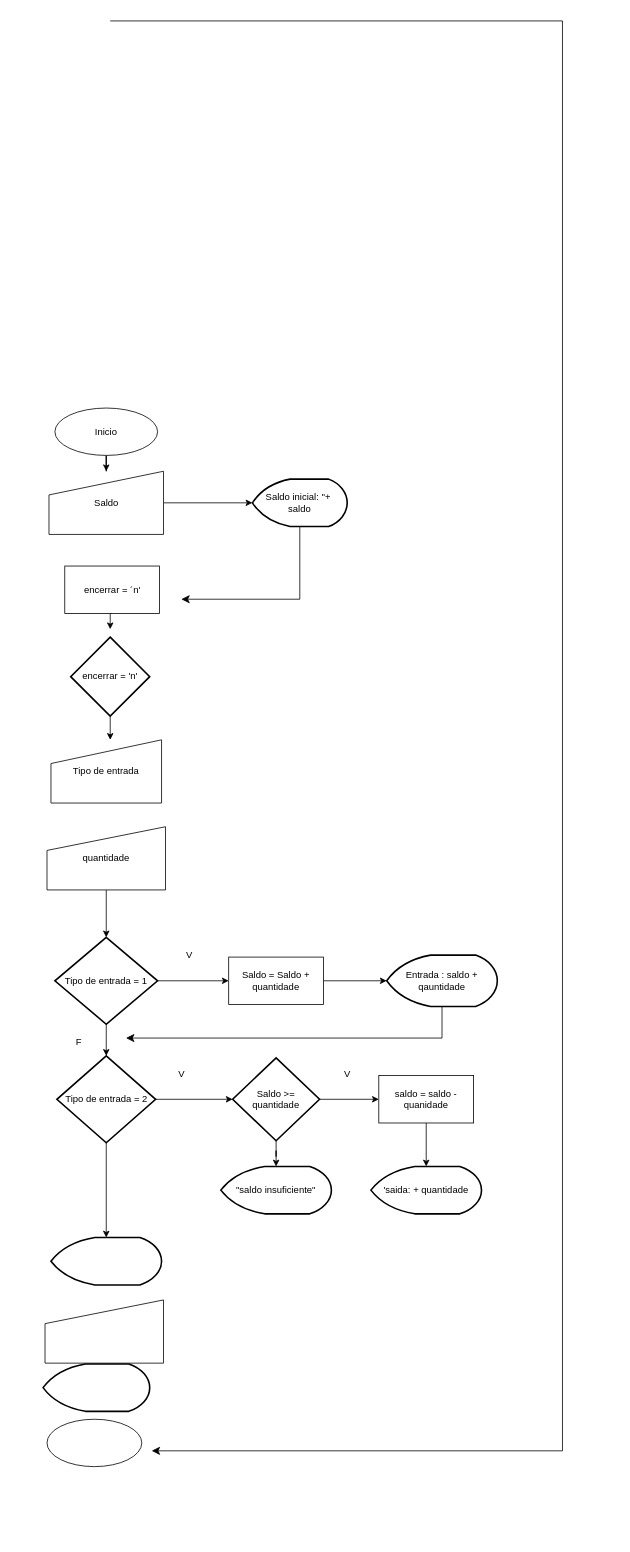
This is tarefa1.drawio from Antonietaflor/Senai-versao-colabora-ao, a draw.io file, before an edit. Source tidied: cells renumbered, new cells numbered last; positions are measured from the earlier drawing's top-left corner, leaving out a move shared by most shapes. Both pictures are drawn from the tidied source at 79%, with x=0, y=0 at pixel (43, 21).
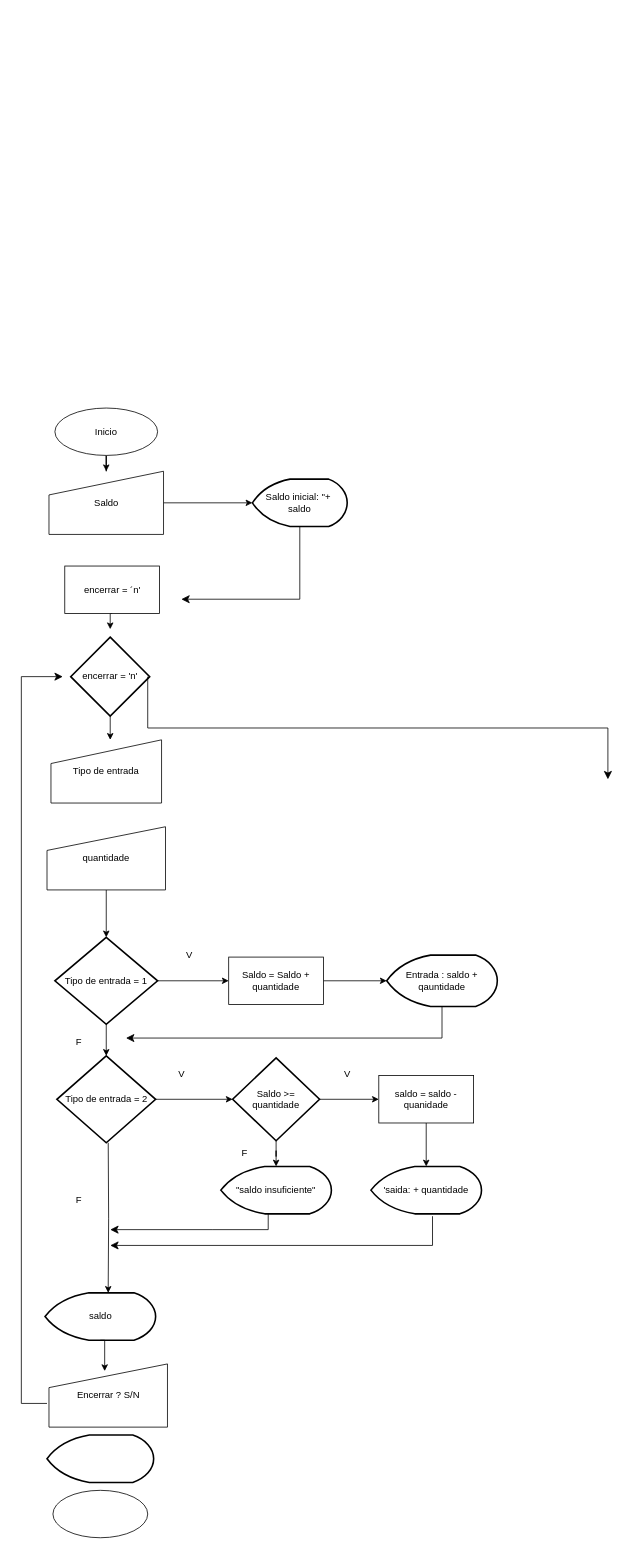
Above is the later version.

The change refers to these unchanged cells:
```xml
<mxCell id="19" value="Tipo de entrada = 2" style="strokeWidth=2;html=1;shape=mxgraph.flowchart.decision;whiteSpace=wrap;" parent="1" vertex="1">
  <mxGeometry x="17.5" y="1310" width="125" height="110" as="geometry" />
</mxCell>
<mxCell id="39" value="'saida: + quantidade" style="strokeWidth=2;html=1;shape=mxgraph.flowchart.display;whiteSpace=wrap;" parent="1" vertex="1">
  <mxGeometry x="415" y="1450" width="140" height="60" as="geometry" />
</mxCell>
```

Change to the diagram source:
```diff
@@
-    <mxCell id="10" style="shape=manualInput;whiteSpace=wrap;html=1;" parent="1" vertex="1">
-      <mxGeometry x="2.5" y="1619" width="150" height="80" as="geometry" />
+    <mxCell id="10" value="Encerrar ? S/N" style="shape=manualInput;whiteSpace=wrap;html=1;" parent="1" vertex="1">
+      <mxGeometry x="7.5" y="1700" width="150" height="80" as="geometry" />
     </mxCell>
@@
-    <mxCell id="18" style="edgeStyle=orthogonalEdgeStyle;rounded=0;jettySize=auto;html=1;" parent="1" edge="1" source="19" target="26">
-      <mxGeometry relative="1" as="geometry" />
+    <mxCell id="18" style="edgeStyle=orthogonalEdgeStyle;rounded=0;jettySize=auto;html=1;entryX=0.571;entryY=0;entryDx=0;entryDy=0;entryPerimeter=0;" parent="1" edge="1" target="26">
+      <mxGeometry relative="1" as="geometry">
+        <mxPoint x="82.5" y="1420" as="sourcePoint" />
+      </mxGeometry>
     </mxCell>
@@
-    <mxCell id="26" style="strokeWidth=2;html=1;shape=mxgraph.flowchart.display;whiteSpace=wrap;" parent="1" vertex="1">
-      <mxGeometry x="10" y="1540" width="140" height="60" as="geometry" />
+    <mxCell id="26" value="saldo" style="strokeWidth=2;html=1;shape=mxgraph.flowchart.display;whiteSpace=wrap;" parent="1" vertex="1">
+      <mxGeometry x="2.5" y="1610" width="140" height="60" as="geometry" />
     </mxCell>
     <mxCell id="27" style="strokeWidth=2;html=1;shape=mxgraph.flowchart.display;whiteSpace=wrap;" parent="1" vertex="1">
-      <mxGeometry y="1700" width="135" height="60" as="geometry" />
+      <mxGeometry x="5" y="1790" width="135" height="60" as="geometry" />
     </mxCell>
@@
     <mxCell id="31" style="ellipse;whiteSpace=wrap;html=1;" parent="1" vertex="1">
-      <mxGeometry x="5" y="1770" width="120" height="60" as="geometry" />
+      <mxGeometry x="12.5" y="1860" width="120" height="60" as="geometry" />
     </mxCell>
@@
-    <mxCell id="35" style="edgeStyle=segmentEdgeStyle;endArrow=classic;html=1;curved=0;rounded=0;endSize=8;startSize=8;" parent="1" edge="1">
-      <mxGeometry relative="1" as="geometry">
-        <mxPoint x="85" as="sourcePoint" />
-        <mxPoint x="137.5" y="1810" as="targetPoint" />
-        <Array as="points">
-          <mxPoint x="657.5" />
-        </Array>
-      </mxGeometry>
-    </mxCell>
@@
+    <mxCell id="41" style="edgeStyle=segmentEdgeStyle;endArrow=classic;html=1;curved=0;rounded=0;endSize=8;startSize=8;" parent="1" edge="1">
+      <mxGeometry relative="1" as="geometry">
+        <mxPoint x="285" y="1510" as="sourcePoint" />
+        <mxPoint x="85" y="1530" as="targetPoint" />
+        <Array as="points">
+          <mxPoint x="285" y="1530" />
+          <mxPoint x="215" y="1530" />
+        </Array>
+      </mxGeometry>
+    </mxCell>
+    <mxCell id="42" style="edgeStyle=elbowEdgeStyle;elbow=horizontal;endArrow=classic;html=1;curved=0;rounded=0;endSize=8;startSize=8;exitX=0.557;exitY=1.05;exitDx=0;exitDy=0;exitPerimeter=0;" parent="1" edge="1" source="39">
+      <mxGeometry relative="1" as="geometry">
+        <mxPoint x="85" y="1550" as="targetPoint" />
+        <Array as="points">
+          <mxPoint x="493" y="1560" />
+        </Array>
+      </mxGeometry>
+    </mxCell>
+    <mxCell id="43" value="F" style="text;html=1;align=center;verticalAlign=middle;strokeColor=none;fillColor=none;" parent="1" vertex="1">
+      <mxGeometry x="240" y="1418" width="30" height="30" as="geometry" />
+    </mxCell>
+    <mxCell id="44" value="F" style="text;html=1;align=center;verticalAlign=middle;strokeColor=none;fillColor=none;" parent="1" vertex="1">
+      <mxGeometry x="30" y="1478" width="30" height="30" as="geometry" />
+    </mxCell>
+    <mxCell id="45" style="edgeStyle=orthogonalEdgeStyle;rounded=0;jettySize=auto;html=1;exitX=0.5;exitY=1;exitDx=0;exitDy=0;exitPerimeter=0;entryX=0.47;entryY=0.113;entryDx=0;entryDy=0;entryPerimeter=0;" parent="1" edge="1" source="26" target="10">
+      <mxGeometry relative="1" as="geometry" />
+    </mxCell>
+    <mxCell id="46" style="edgeStyle=elbowEdgeStyle;elbow=horizontal;endArrow=classic;html=1;curved=0;rounded=0;endSize=8;startSize=8;" parent="1" edge="1">
+      <mxGeometry relative="1" as="geometry">
+        <mxPoint x="5" y="1750" as="sourcePoint" />
+        <mxPoint x="25" y="830" as="targetPoint" />
+        <Array as="points">
+          <mxPoint x="-27.5" y="1750" />
+        </Array>
+      </mxGeometry>
+    </mxCell>
+    <mxCell id="47" style="edgeStyle=elbowEdgeStyle;elbow=vertical;endArrow=classic;html=1;curved=0;rounded=0;endSize=8;startSize=8;exitX=0.89;exitY=0.73;exitDx=0;exitDy=0;exitPerimeter=0;" parent="1" edge="1">
+      <mxGeometry relative="1" as="geometry">
+        <mxPoint x="132.5" y="830" as="sourcePoint" />
+        <mxPoint x="715" y="960" as="targetPoint" />
+      </mxGeometry>
+    </mxCell>
```
